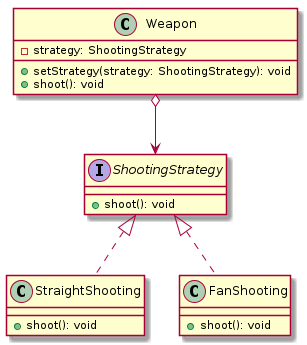
Above: UML/Strategy/weapon.strategy.png in project-survivor/documentation (PlantUML), before the change.
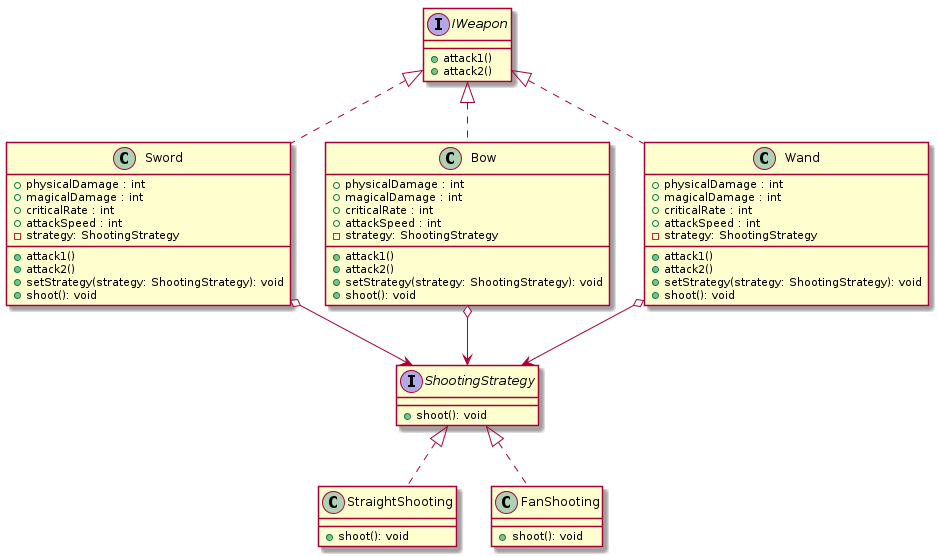
After the change.

What changed in the source:
```diff
@@ -1,8 +1,46 @@
 @startuml
 hide footbox
 
+interface IWeapon {
+    + attack1()
+    + attack2()
+}
 
+class Sword implements IWeapon {
+    + physicalDamage : int
+    + magicalDamage : int
+    + criticalRate : int
+    + attackSpeed : int
+    -strategy: ShootingStrategy
+    + attack1()
+    + attack2()
+    +setStrategy(strategy: ShootingStrategy): void
+    +shoot(): void
+}
 
+class Bow implements IWeapon {
+    + physicalDamage : int
+    + magicalDamage : int
+    + criticalRate : int
+    + attackSpeed : int
+    -strategy: ShootingStrategy
+    + attack1()
+    + attack2()
+    +setStrategy(strategy: ShootingStrategy): void
+    +shoot(): void
+}
+
+class Wand implements IWeapon {
+    + physicalDamage : int
+    + magicalDamage : int
+    + criticalRate : int
+    + attackSpeed : int
+    -strategy: ShootingStrategy
+    + attack1()
+    + attack2()
+    +setStrategy(strategy: ShootingStrategy): void
+    +shoot(): void
+}
 
 interface ShootingStrategy {
     +shoot(): void
@@ -16,13 +54,9 @@
     +shoot(): void
 }
 
-class Weapon {
-    -strategy: ShootingStrategy
-    +setStrategy(strategy: ShootingStrategy): void
-    +shoot(): void
-}
-
-Weapon o--> ShootingStrategy
+Bow o--> ShootingStrategy
+Sword o--> ShootingStrategy
+Wand o--> ShootingStrategy
 
 
 
```
